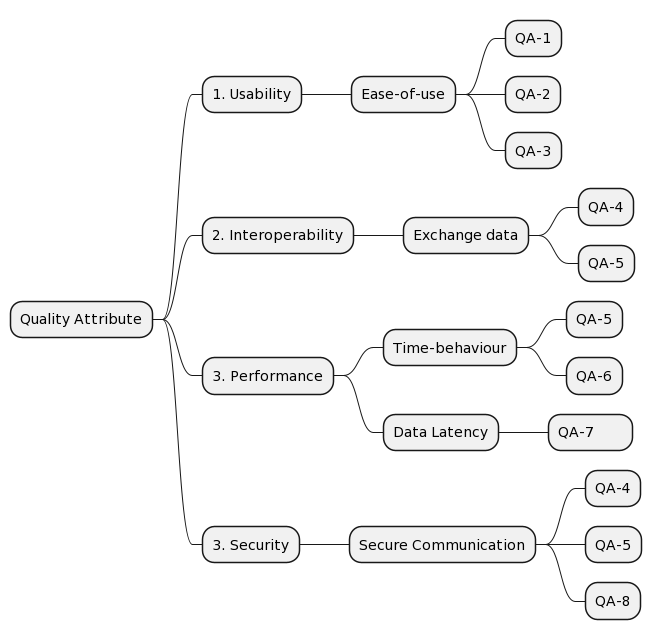
The PlantUML diagram assets/quality_tree.png in Bruno-Macedo/Soft.Arch, before a commit.
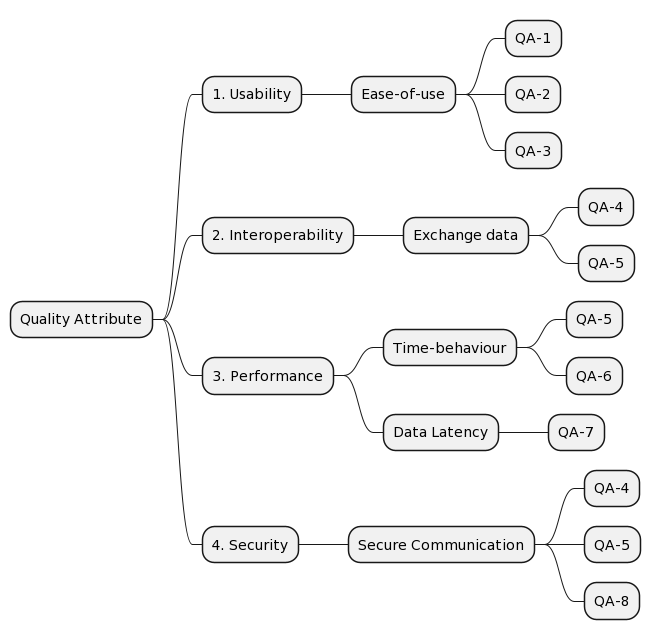
After the change.

Diff of the diagram source:
```diff
@@ -15,7 +15,7 @@
 			* QA-6
 		* Data Latency
 			* QA-7
-	* 3. Security
+	* 4. Security
 		* Secure Communication
 			* QA-4
 			* QA-5
```
